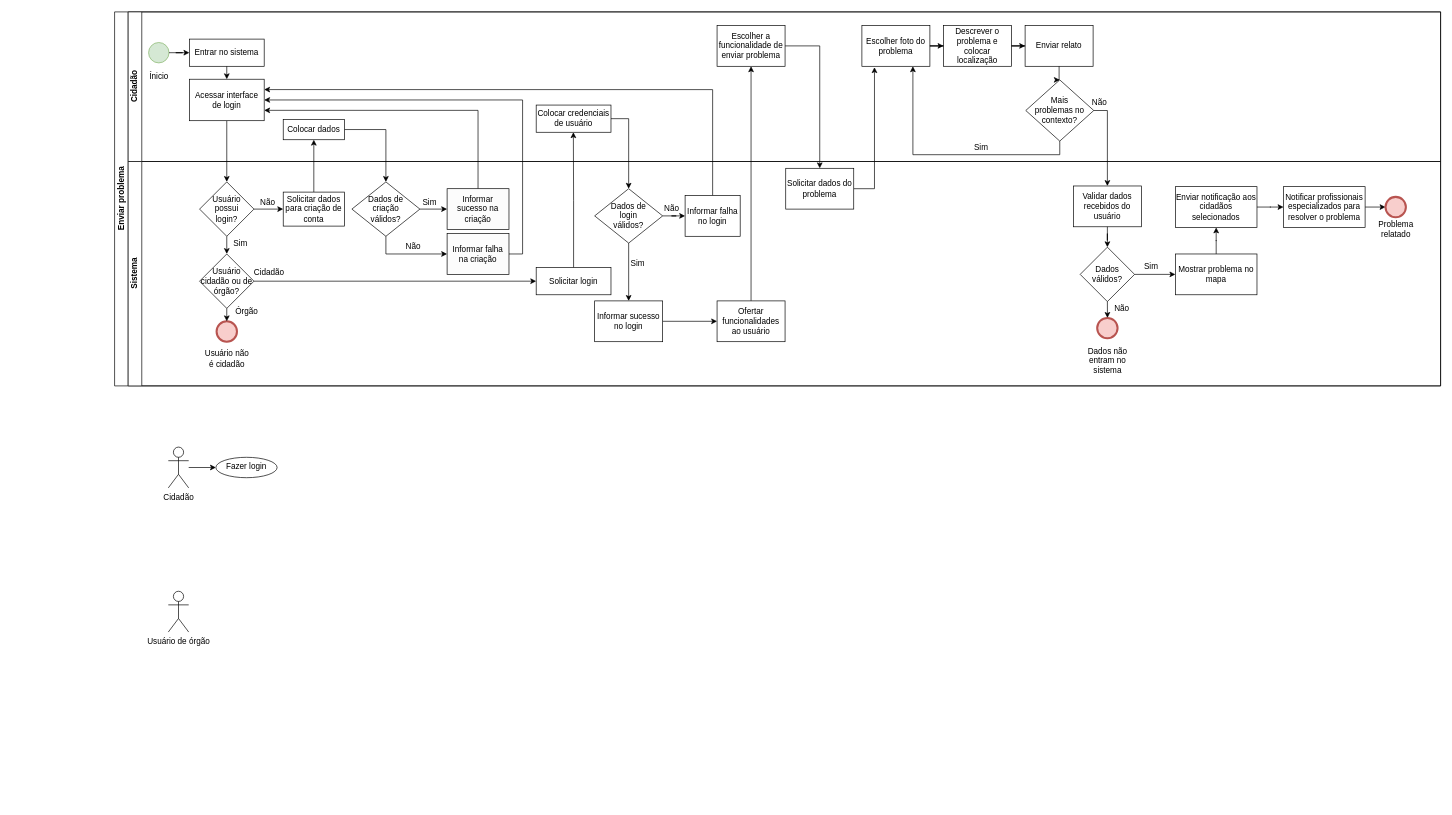
Earlier version of the draw.io diagram bpmn1.drawio (thomz2/trabalho-final-aps). Source tidied: cells renumbered, new cells numbered last; positions are measured from the earlier drawing's top-left corner, leaving out a move shared by most shapes. Both pictures are drawn from the tidied source at 68%, with x=0, y=0 at pixel (114, 12).
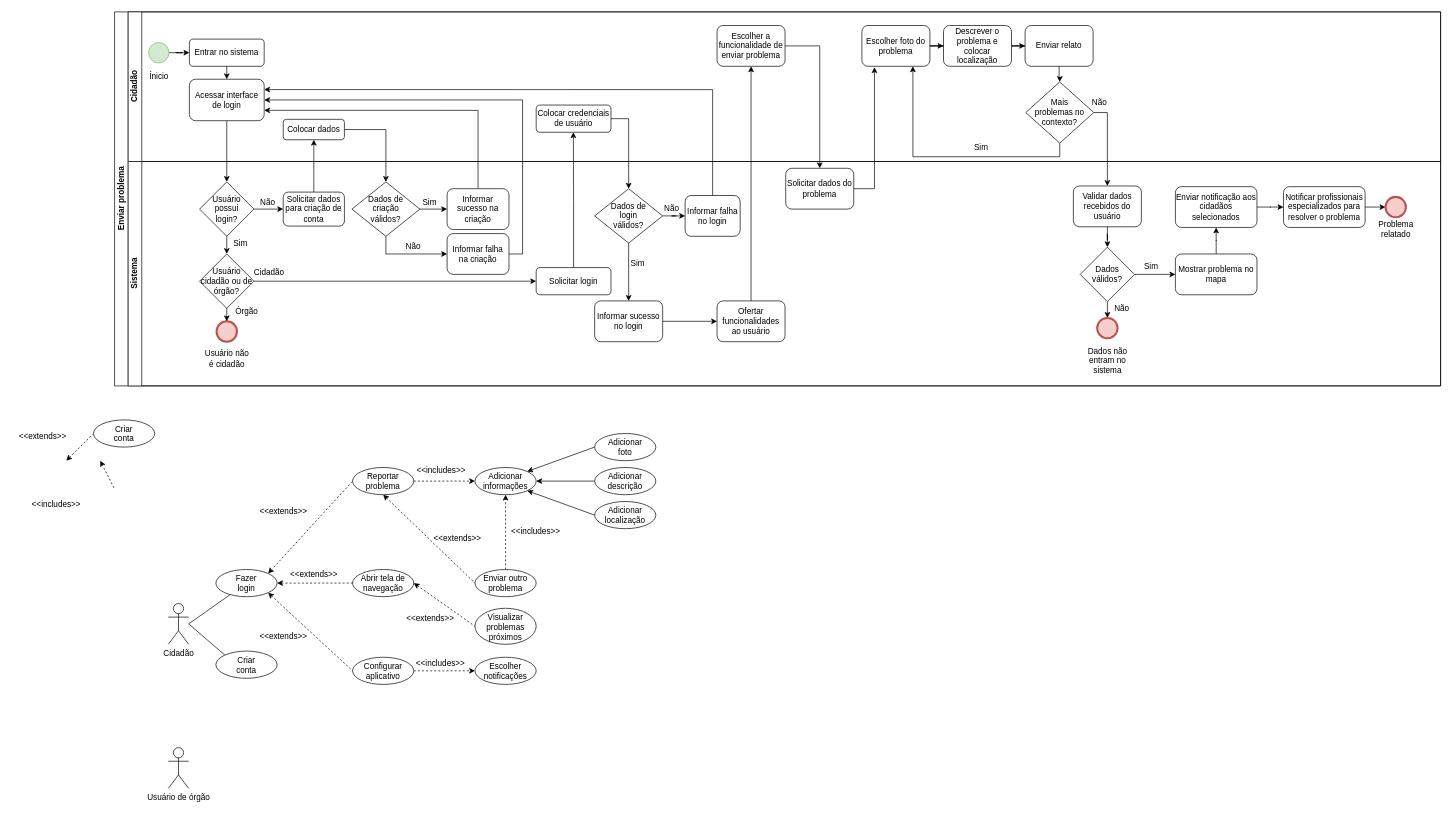
The same diagram, later.

The change refers to these unchanged cells:
```xml
<mxCell id="13" value="Cidadão" style="swimlane;html=1;startSize=20;horizontal=0;" parent="2" vertex="1">
  <mxGeometry x="20" width="1930" height="220" as="geometry" />
</mxCell>
<mxCell id="31" value="Sistema" style="swimlane;html=1;startSize=20;horizontal=0;" parent="2" vertex="1">
  <mxGeometry x="20" y="220" width="1930" height="330" as="geometry" />
</mxCell>
```

Change to the diagram source:
```diff
@@
-    <mxCell id="15" value="Entrar no sistema" style="rounded=0;whiteSpace=wrap;html=1;" parent="13" vertex="1">
+    <mxCell id="15" value="Entrar no sistema" style="rounded=1;whiteSpace=wrap;html=1;" parent="13" vertex="1">
       <mxGeometry x="90" y="40" width="110" height="40" as="geometry" />
     </mxCell>
@@
-    <mxCell id="17" value="Colocar dados" style="rounded=0;whiteSpace=wrap;html=1;" parent="13" vertex="1">
+    <mxCell id="17" value="Colocar dados" style="rounded=1;whiteSpace=wrap;html=1;" parent="13" vertex="1">
       <mxGeometry x="228" y="158" width="90" height="30" as="geometry" />
     </mxCell>
-    <mxCell id="18" value="Acessar interface de login" style="rounded=0;whiteSpace=wrap;html=1;" parent="13" vertex="1">
+    <mxCell id="18" value="Acessar interface de login" style="rounded=1;whiteSpace=wrap;html=1;" parent="13" vertex="1">
       <mxGeometry x="90" y="99" width="110" height="61" as="geometry" />
     </mxCell>
@@
-    <mxCell id="20" value="Escolher a funcionalidade de enviar problema" style="whiteSpace=wrap;html=1;" parent="13" vertex="1">
+    <mxCell id="20" value="Escolher a funcionalidade de enviar problema" style="whiteSpace=wrap;html=1;rounded=1;" parent="13" vertex="1">
       <mxGeometry x="866" y="20" width="100" height="60" as="geometry" />
     </mxCell>
-    <mxCell id="21" value="Escolher foto do problema" style="whiteSpace=wrap;html=1;" parent="13" vertex="1">
+    <mxCell id="21" value="Escolher foto do problema" style="whiteSpace=wrap;html=1;rounded=1;" parent="13" vertex="1">
       <mxGeometry x="1079" y="20" width="100" height="60" as="geometry" />
     </mxCell>
-    <mxCell id="22" value="Descrever o problema e colocar localização" style="whiteSpace=wrap;html=1;" parent="13" vertex="1">
+    <mxCell id="22" value="Descrever o problema e colocar localização" style="whiteSpace=wrap;html=1;rounded=1;" parent="13" vertex="1">
       <mxGeometry x="1199" y="20" width="100" height="60" as="geometry" />
     </mxCell>
@@
-    <mxCell id="24" value="Enviar relato" style="whiteSpace=wrap;html=1;" parent="13" vertex="1">
+    <mxCell id="24" value="Enviar relato" style="whiteSpace=wrap;html=1;rounded=1;" parent="13" vertex="1">
       <mxGeometry x="1319" y="20" width="100" height="60" as="geometry" />
     </mxCell>
@@
     <mxCell id="27" value="Mais &lt;br&gt;problemas no contexto?" style="rhombus;whiteSpace=wrap;html=1;" parent="13" vertex="1">
-      <mxGeometry x="1320" y="100" width="100" height="90" as="geometry" />
+      <mxGeometry x="1320" y="103" width="100" height="90" as="geometry" />
     </mxCell>
-    <mxCell id="28" style="edgeStyle=orthogonalEdgeStyle;rounded=0;jettySize=auto;html=1;" parent="13" edge="1" source="24" target="27">
+    <mxCell id="28" style="edgeStyle=orthogonalEdgeStyle;rounded=0;jettySize=auto;html=1;entryX=0.5;entryY=0;entryDx=0;entryDy=0;" parent="13" edge="1" source="24" target="27">
       <mxGeometry relative="1" as="geometry" />
     </mxCell>
@@
-    <mxCell id="39" value="Solicitar dados para criação de conta" style="rounded=0;whiteSpace=wrap;html=1;" parent="31" vertex="1">
+    <mxCell id="39" value="Solicitar dados para criação de conta" style="rounded=1;whiteSpace=wrap;html=1;" parent="31" vertex="1">
       <mxGeometry x="228" y="45" width="90" height="50" as="geometry" />
     </mxCell>
@@
-    <mxCell id="41" value="Informar sucesso na criação" style="rounded=0;whiteSpace=wrap;html=1;strokeColor=default;fillColor=#FCFCFC;" parent="31" vertex="1">
+    <mxCell id="41" value="Informar sucesso na criação" style="rounded=1;whiteSpace=wrap;html=1;strokeColor=default;fillColor=default;" parent="31" vertex="1">
       <mxGeometry x="469" y="40" width="91" height="60" as="geometry" />
     </mxCell>
@@
-    <mxCell id="44" value="Informar falha na criação" style="rounded=0;whiteSpace=wrap;html=1;strokeColor=default;fillColor=#FCFCFC;" parent="31" vertex="1">
+    <mxCell id="44" value="Informar falha na criação" style="rounded=1;whiteSpace=wrap;html=1;strokeColor=default;fillColor=default;" parent="31" vertex="1">
       <mxGeometry x="469" y="106" width="91" height="60" as="geometry" />
     </mxCell>
@@
-    <mxCell id="49" value="Informar falha no login" style="whiteSpace=wrap;html=1;" parent="31" vertex="1">
+    <mxCell id="49" value="Informar falha no login" style="whiteSpace=wrap;html=1;rounded=1;" parent="31" vertex="1">
       <mxGeometry x="819" y="50" width="81" height="60" as="geometry" />
     </mxCell>
@@
-    <mxCell id="52" value="Informar sucesso no login" style="whiteSpace=wrap;html=1;" parent="31" vertex="1">
+    <mxCell id="52" value="Informar sucesso no login" style="whiteSpace=wrap;html=1;rounded=1;" parent="31" vertex="1">
       <mxGeometry x="686" y="205" width="100" height="60" as="geometry" />
     </mxCell>
@@
-    <mxCell id="54" value="Ofertar funcionalidades ao usuário" style="whiteSpace=wrap;html=1;" parent="31" vertex="1">
+    <mxCell id="54" value="Ofertar funcionalidades ao usuário" style="whiteSpace=wrap;html=1;rounded=1;" parent="31" vertex="1">
       <mxGeometry x="866" y="205" width="100" height="60" as="geometry" />
     </mxCell>
-    <mxCell id="55" value="Solicitar dados do problema" style="whiteSpace=wrap;html=1;" parent="31" vertex="1">
+    <mxCell id="55" value="Solicitar dados do problema" style="whiteSpace=wrap;html=1;rounded=1;" parent="31" vertex="1">
       <mxGeometry x="967" y="10" width="100" height="60" as="geometry" />
     </mxCell>
-    <mxCell id="56" value="Validar dados recebidos do usuário" style="whiteSpace=wrap;html=1;" parent="31" vertex="1">
+    <mxCell id="56" value="Validar dados recebidos do usuário" style="whiteSpace=wrap;html=1;rounded=1;" parent="31" vertex="1">
       <mxGeometry x="1390" y="36" width="100" height="60" as="geometry" />
     </mxCell>
@@
-    <mxCell id="64" value="Enviar notificação aos cidadãos selecionados" style="whiteSpace=wrap;html=1;" parent="31" vertex="1">
+    <mxCell id="64" value="Enviar notificação aos cidadãos selecionados" style="whiteSpace=wrap;html=1;rounded=1;" parent="31" vertex="1">
       <mxGeometry x="1540" y="37" width="120" height="60" as="geometry" />
     </mxCell>
@@
-    <mxCell id="66" value="Notificar profissionais especializados para resolver o problema" style="whiteSpace=wrap;html=1;" parent="31" vertex="1">
+    <mxCell id="66" value="Notificar profissionais especializados para resolver o problema" style="whiteSpace=wrap;html=1;rounded=1;" parent="31" vertex="1">
       <mxGeometry x="1699" y="37" width="120" height="60" as="geometry" />
     </mxCell>
@@
-    <mxCell id="73" value="Solicitar login" style="rounded=0;whiteSpace=wrap;html=1;" parent="1" vertex="1">
+    <mxCell id="73" value="Solicitar login" style="rounded=1;whiteSpace=wrap;html=1;" parent="1" vertex="1">
       <mxGeometry x="620" y="376" width="110" height="40" as="geometry" />
     </mxCell>
@@
-    <mxCell id="76" value="Colocar credenciais de usuário" style="rounded=0;whiteSpace=wrap;html=1;" parent="1" vertex="1">
+    <mxCell id="76" value="Colocar credenciais de usuário" style="rounded=1;whiteSpace=wrap;html=1;" parent="1" vertex="1">
       <mxGeometry x="620" y="137" width="110" height="40" as="geometry" />
     </mxCell>
@@
-    <mxCell id="80" value="Mostrar problema no mapa" style="whiteSpace=wrap;html=1;" parent="1" vertex="1">
+    <mxCell id="80" value="Mostrar problema no mapa" style="whiteSpace=wrap;html=1;rounded=1;" parent="1" vertex="1">
       <mxGeometry x="1560" y="356" width="120" height="60" as="geometry" />
     </mxCell>
@@
-    <mxCell id="83" style="edgeStyle=orthogonalEdgeStyle;rounded=0;jettySize=auto;html=1;" parent="1" edge="1" source="84" target="87">
-      <mxGeometry relative="1" as="geometry" />
-    </mxCell>
     <mxCell id="84" value="Cidadão" style="shape=umlActor;verticalLabelPosition=bottom;verticalAlign=top;html=1;outlineConnect=0;" parent="1" vertex="1">
-      <mxGeometry x="79" y="640" width="30" height="60" as="geometry" />
+      <mxGeometry x="79" y="870" width="30" height="60" as="geometry" />
     </mxCell>
     <mxCell id="85" value="Usuário de órgão" style="shape=umlActor;verticalLabelPosition=bottom;verticalAlign=top;html=1;" parent="1" vertex="1">
-      <mxGeometry x="79" y="852" width="30" height="60" as="geometry" />
+      <mxGeometry x="79" y="1082" width="30" height="60" as="geometry" />
     </mxCell>
@@
+    <mxCell id="88" style="rounded=0;orthogonalLoop=1;jettySize=auto;html=1;startArrow=none;startFill=0;endArrow=classic;endFill=1;dashed=1;" parent="1" edge="1">
+      <mxGeometry relative="1" as="geometry">
+        <mxPoint x="-1" y="700" as="sourcePoint" />
+        <mxPoint x="-21" y="660" as="targetPoint" />
+      </mxGeometry>
+    </mxCell>
+    <mxCell id="89" style="edgeStyle=none;rounded=0;jettySize=auto;html=1;dashed=1;startArrow=classic;startFill=1;endArrow=none;endFill=0;entryX=0;entryY=0.5;entryDx=0;entryDy=0;" parent="1" edge="1" target="91">
+      <mxGeometry relative="1" as="geometry">
+        <mxPoint x="-71" y="660" as="sourcePoint" />
+      </mxGeometry>
+    </mxCell>
+    <mxCell id="90" value="&amp;lt;&amp;lt;includes&amp;gt;&amp;gt;" style="text;html=1;align=center;verticalAlign=middle;strokeColor=none;fillColor=none;" parent="1" vertex="1">
+      <mxGeometry x="-136" y="710" width="100" height="30" as="geometry" />
+    </mxCell>
+    <mxCell id="91" value="Criar&lt;br&gt;conta" style="ellipse;whiteSpace=wrap;html=1;verticalAlign=top;" parent="1" vertex="1">
+      <mxGeometry x="-31" y="600" width="90" height="40" as="geometry" />
+    </mxCell>
+    <mxCell id="92" value="&amp;lt;&amp;lt;extends&amp;gt;&amp;gt;" style="text;html=1;align=center;verticalAlign=middle;strokeColor=none;fillColor=none;" parent="1" vertex="1">
+      <mxGeometry x="-151" y="610" width="90" height="30" as="geometry" />
+    </mxCell>
+    <mxCell id="93" style="edgeStyle=none;rounded=0;jettySize=auto;html=1;exitX=0.5;exitY=1;exitDx=0;exitDy=0;dashed=1;startArrow=classic;startFill=1;endArrow=none;endFill=0;entryX=0;entryY=0.5;entryDx=0;entryDy=0;" parent="1" edge="1" source="95" target="112">
+      <mxGeometry relative="1" as="geometry" />
+    </mxCell>
+    <mxCell id="94" style="edgeStyle=none;rounded=0;jettySize=auto;html=1;exitX=1;exitY=0.5;exitDx=0;exitDy=0;dashed=1;startArrow=none;startFill=0;endArrow=classic;endFill=1;entryX=0;entryY=0.5;entryDx=0;entryDy=0;" parent="1" edge="1" source="95" target="116">
+      <mxGeometry relative="1" as="geometry" />
+    </mxCell>
+    <mxCell id="95" value="Reportar&lt;br&gt;problema" style="ellipse;whiteSpace=wrap;html=1;verticalAlign=top;" parent="1" vertex="1">
+      <mxGeometry x="350" y="670" width="90" height="40" as="geometry" />
+    </mxCell>
+    <mxCell id="96" style="edgeStyle=none;rounded=0;jettySize=auto;html=1;exitX=1;exitY=0.5;exitDx=0;exitDy=0;startArrow=classic;startFill=1;endArrow=none;endFill=0;entryX=0;entryY=0.5;entryDx=0;entryDy=0;dashed=1;" parent="1" edge="1" source="97" target="123">
+      <mxGeometry relative="1" as="geometry" />
+    </mxCell>
+    <mxCell id="97" value="Abrir tela de navegação" style="ellipse;whiteSpace=wrap;html=1;verticalAlign=top;" parent="1" vertex="1">
+      <mxGeometry x="350" y="820" width="90" height="40" as="geometry" />
+    </mxCell>
+    <mxCell id="98" style="edgeStyle=none;rounded=0;jettySize=auto;html=1;exitX=1;exitY=0.5;exitDx=0;exitDy=0;dashed=1;startArrow=none;startFill=0;endArrow=classic;endFill=1;entryX=0;entryY=0.5;entryDx=0;entryDy=0;" parent="1" edge="1" source="99" target="109">
+      <mxGeometry relative="1" as="geometry" />
+    </mxCell>
+    <mxCell id="99" value="Configurar aplicativo" style="ellipse;whiteSpace=wrap;html=1;verticalAlign=top;" parent="1" vertex="1">
+      <mxGeometry x="350" y="949" width="90" height="40" as="geometry" />
+    </mxCell>
+    <mxCell id="100" style="edgeStyle=none;rounded=0;jettySize=auto;html=1;exitX=1;exitY=0.5;exitDx=0;exitDy=0;entryX=0;entryY=0.5;entryDx=0;entryDy=0;startArrow=classic;startFill=1;endArrow=none;endFill=0;dashed=1;" parent="1" edge="1" source="87" target="97">
+      <mxGeometry relative="1" as="geometry" />
+    </mxCell>
+    <mxCell id="101" style="edgeStyle=none;rounded=0;jettySize=auto;html=1;exitX=1;exitY=0;exitDx=0;exitDy=0;entryX=0;entryY=0.5;entryDx=0;entryDy=0;startArrow=classic;startFill=1;endArrow=none;endFill=0;dashed=1;" parent="1" edge="1" source="87" target="95">
+      <mxGeometry relative="1" as="geometry" />
+    </mxCell>
+    <mxCell id="102" style="edgeStyle=none;rounded=0;jettySize=auto;html=1;exitX=1;exitY=1;exitDx=0;exitDy=0;entryX=0;entryY=0.5;entryDx=0;entryDy=0;startArrow=classic;startFill=1;endArrow=none;endFill=0;dashed=1;" parent="1" edge="1" source="87" target="99">
+      <mxGeometry relative="1" as="geometry" />
+    </mxCell>
-    <mxCell id="87" value="Fazer login" style="ellipse;whiteSpace=wrap;html=1;verticalAlign=top;" parent="1" vertex="1">
-      <mxGeometry x="149" y="655" width="90" height="30" as="geometry" />
+    <mxCell id="87" value="Fazer &lt;br&gt;login" style="ellipse;whiteSpace=wrap;html=1;verticalAlign=top;" parent="1" vertex="1">
+      <mxGeometry x="149" y="820" width="90" height="40" as="geometry" />
     </mxCell>
+    <mxCell id="103" style="rounded=0;jettySize=auto;html=1;endArrow=none;endFill=0;" parent="1" edge="1" target="87">
+      <mxGeometry relative="1" as="geometry">
+        <mxPoint x="109" y="900" as="sourcePoint" />
+      </mxGeometry>
+    </mxCell>
+    <mxCell id="104" style="edgeStyle=none;rounded=0;jettySize=auto;html=1;exitX=0;exitY=0;exitDx=0;exitDy=0;startArrow=none;startFill=0;endArrow=none;endFill=0;" parent="1" edge="1" source="105">
+      <mxGeometry relative="1" as="geometry">
+        <mxPoint x="109" y="900" as="targetPoint" />
+      </mxGeometry>
+    </mxCell>
+    <mxCell id="105" value="Criar &lt;br&gt;conta" style="ellipse;whiteSpace=wrap;html=1;verticalAlign=top;" parent="1" vertex="1">
+      <mxGeometry x="149" y="940" width="90" height="40" as="geometry" />
+    </mxCell>
+    <mxCell id="106" value="&amp;lt;&amp;lt;extends&amp;gt;&amp;gt;" style="text;html=1;align=center;verticalAlign=middle;strokeColor=none;fillColor=none;" parent="1" vertex="1">
+      <mxGeometry x="203" y="720" width="90" height="30" as="geometry" />
+    </mxCell>
+    <mxCell id="107" value="&amp;lt;&amp;lt;extends&amp;gt;&amp;gt;" style="text;html=1;align=center;verticalAlign=middle;strokeColor=none;fillColor=none;" parent="1" vertex="1">
+      <mxGeometry x="248" y="812" width="90" height="30" as="geometry" />
+    </mxCell>
+    <mxCell id="108" value="&amp;lt;&amp;lt;extends&amp;gt;&amp;gt;" style="text;html=1;align=center;verticalAlign=middle;strokeColor=none;fillColor=none;" parent="1" vertex="1">
+      <mxGeometry x="203" y="904" width="90" height="30" as="geometry" />
+    </mxCell>
+    <mxCell id="109" value="Escolher notificações" style="ellipse;whiteSpace=wrap;html=1;verticalAlign=top;" parent="1" vertex="1">
+      <mxGeometry x="530" y="949" width="90" height="40" as="geometry" />
+    </mxCell>
+    <mxCell id="110" value="&amp;lt;&amp;lt;includes&amp;gt;&amp;gt;" style="text;html=1;align=center;verticalAlign=middle;strokeColor=none;fillColor=none;" parent="1" vertex="1">
+      <mxGeometry x="429" y="944" width="100" height="30" as="geometry" />
+    </mxCell>
+    <mxCell id="111" style="edgeStyle=none;rounded=0;jettySize=auto;html=1;exitX=0.5;exitY=0;exitDx=0;exitDy=0;entryX=0.5;entryY=1;entryDx=0;entryDy=0;dashed=1;startArrow=none;startFill=0;endArrow=classic;endFill=1;" parent="1" edge="1" source="112" target="116">
+      <mxGeometry relative="1" as="geometry" />
+    </mxCell>
+    <mxCell id="112" value="Enviar outro problema" style="ellipse;whiteSpace=wrap;html=1;verticalAlign=top;" parent="1" vertex="1">
+      <mxGeometry x="530" y="820" width="90" height="40" as="geometry" />
+    </mxCell>
+    <mxCell id="113" style="edgeStyle=none;rounded=0;jettySize=auto;html=1;exitX=1;exitY=0;exitDx=0;exitDy=0;startArrow=classic;startFill=1;endArrow=none;endFill=0;entryX=0;entryY=0.5;entryDx=0;entryDy=0;" parent="1" edge="1" source="116" target="120">
+      <mxGeometry relative="1" as="geometry" />
+    </mxCell>
+    <mxCell id="114" style="edgeStyle=none;rounded=0;jettySize=auto;html=1;exitX=1;exitY=0.5;exitDx=0;exitDy=0;startArrow=classic;startFill=1;endArrow=none;endFill=0;entryX=0;entryY=0.5;entryDx=0;entryDy=0;" parent="1" edge="1" source="116" target="121">
+      <mxGeometry relative="1" as="geometry" />
+    </mxCell>
+    <mxCell id="115" style="edgeStyle=none;rounded=0;jettySize=auto;html=1;exitX=1;exitY=1;exitDx=0;exitDy=0;startArrow=classic;startFill=1;endArrow=none;endFill=0;entryX=0;entryY=0.5;entryDx=0;entryDy=0;" parent="1" edge="1" source="116" target="122">
+      <mxGeometry relative="1" as="geometry" />
+    </mxCell>
+    <mxCell id="116" value="Adicionar informações" style="ellipse;whiteSpace=wrap;html=1;verticalAlign=top;" parent="1" vertex="1">
+      <mxGeometry x="530" y="670" width="90" height="40" as="geometry" />
+    </mxCell>
+    <mxCell id="117" value="&amp;lt;&amp;lt;extends&amp;gt;&amp;gt;" style="text;html=1;align=center;verticalAlign=middle;strokeColor=none;fillColor=none;" parent="1" vertex="1">
+      <mxGeometry x="459" y="760" width="90" height="30" as="geometry" />
+    </mxCell>
+    <mxCell id="118" value="&amp;lt;&amp;lt;includes&amp;gt;&amp;gt;" style="text;html=1;align=center;verticalAlign=middle;strokeColor=none;fillColor=none;" parent="1" vertex="1">
+      <mxGeometry x="430" y="660" width="100" height="30" as="geometry" />
+    </mxCell>
+    <mxCell id="119" value="&amp;lt;&amp;lt;includes&amp;gt;&amp;gt;" style="text;html=1;align=center;verticalAlign=middle;strokeColor=none;fillColor=none;" parent="1" vertex="1">
+      <mxGeometry x="569" y="750" width="100" height="30" as="geometry" />
+    </mxCell>
+    <mxCell id="120" value="Adicionar &lt;br&gt;foto" style="ellipse;whiteSpace=wrap;html=1;verticalAlign=top;" parent="1" vertex="1">
+      <mxGeometry x="706" y="620" width="90" height="40" as="geometry" />
+    </mxCell>
+    <mxCell id="121" value="Adicionar&lt;br&gt;descrição" style="ellipse;whiteSpace=wrap;html=1;verticalAlign=top;" parent="1" vertex="1">
+      <mxGeometry x="706" y="670" width="90" height="40" as="geometry" />
+    </mxCell>
+    <mxCell id="122" value="Adicionar&lt;br&gt;localização" style="ellipse;whiteSpace=wrap;html=1;verticalAlign=top;" parent="1" vertex="1">
+      <mxGeometry x="706" y="720" width="90" height="40" as="geometry" />
+    </mxCell>
+    <mxCell id="123" value="Visualizar problemas próximos" style="ellipse;whiteSpace=wrap;html=1;verticalAlign=top;" parent="1" vertex="1">
+      <mxGeometry x="530" y="877" width="90" height="53" as="geometry" />
+    </mxCell>
+    <mxCell id="124" value="&amp;lt;&amp;lt;extends&amp;gt;&amp;gt;" style="text;html=1;align=center;verticalAlign=middle;strokeColor=none;fillColor=none;" parent="1" vertex="1">
+      <mxGeometry x="419" y="877" width="90" height="30" as="geometry" />
+    </mxCell>
```
